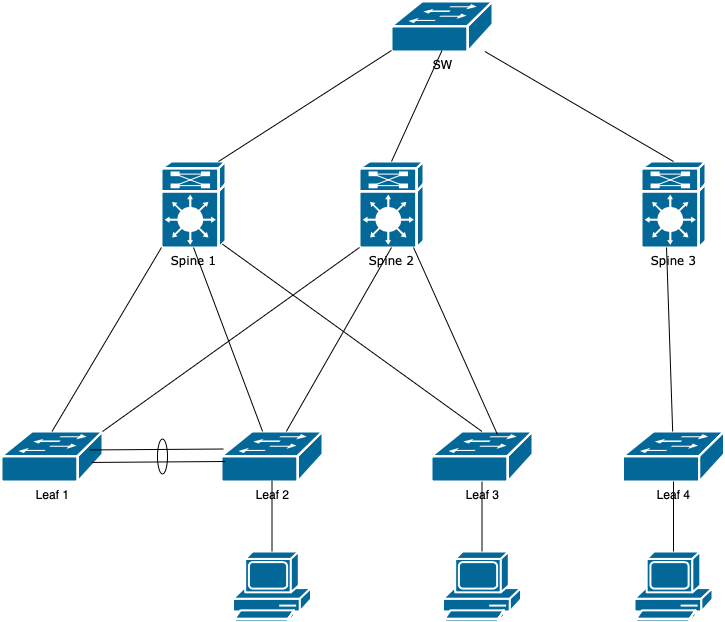
parashu-rama/parashu-rama keeps this draw.io diagram as HW1/hw1.drawio.png. Above is the earlier version. Source tidied: cells renumbered, new cells last; positions are measured from the earlier drawing's top-left corner, leaving out a move shared by most shapes.
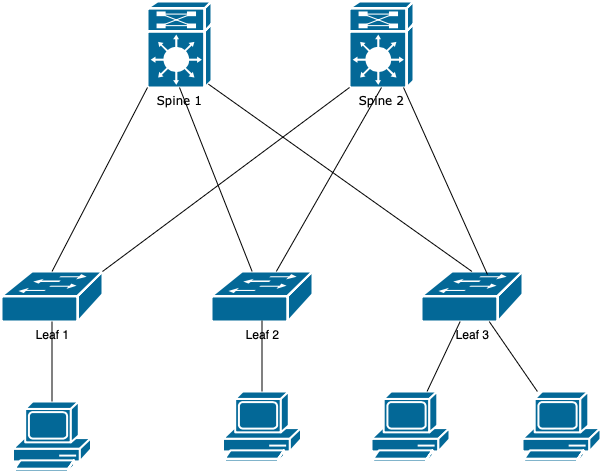
The same file after the commit.

The edit, as a diff of the source:
```diff
@@ -3,16 +3,13 @@
     <mxCell id="0" />
     <mxCell id="1" parent="0" />
     <mxCell id="2" value="Spine 1" style="shape=mxgraph.cisco.misc.route_switch_processor;html=1;dashed=0;fillColor=#036897;strokeColor=#ffffff;strokeWidth=2;verticalLabelPosition=bottom;verticalAlign=top;rounded=0;shadow=0;comic=0;fontFamily=Verdana;fontSize=12;" parent="1" vertex="1">
-      <mxGeometry x="160" y="160" width="64" height="86" as="geometry" />
+      <mxGeometry x="156" y="160" width="64" height="86" as="geometry" />
     </mxCell>
     <mxCell id="3" value="Spine 2" style="shape=mxgraph.cisco.misc.route_switch_processor;html=1;dashed=0;fillColor=#036897;strokeColor=#ffffff;strokeWidth=2;verticalLabelPosition=bottom;verticalAlign=top;rounded=0;shadow=0;comic=0;fontFamily=Verdana;fontSize=12;" parent="1" vertex="1">
       <mxGeometry x="358" y="160" width="64" height="86" as="geometry" />
     </mxCell>
-    <mxCell id="4" value="Spine 3" style="shape=mxgraph.cisco.misc.route_switch_processor;html=1;dashed=0;fillColor=#036897;strokeColor=#ffffff;strokeWidth=2;verticalLabelPosition=bottom;verticalAlign=top;rounded=0;shadow=0;comic=0;fontFamily=Verdana;fontSize=12;" parent="1" vertex="1">
-      <mxGeometry x="640" y="160" width="64" height="86" as="geometry" />
-    </mxCell>
     <mxCell id="5" value="Leaf 1" style="shape=mxgraph.cisco.switches.workgroup_switch;sketch=0;html=1;dashed=0;fillColor=#036897;strokeColor=#ffffff;strokeWidth=2;verticalLabelPosition=bottom;verticalAlign=top;align=center;outlineConnect=0;" parent="1" vertex="1">
-      <mxGeometry y="430" width="101" height="50" as="geometry" />
+      <mxGeometry x="10" y="430" width="101" height="50" as="geometry" />
     </mxCell>
     <mxCell id="6" value="Leaf 2" style="shape=mxgraph.cisco.switches.workgroup_switch;sketch=0;html=1;dashed=0;fillColor=#036897;strokeColor=#ffffff;strokeWidth=2;verticalLabelPosition=bottom;verticalAlign=top;align=center;outlineConnect=0;" parent="1" vertex="1">
       <mxGeometry x="220" y="430" width="101" height="50" as="geometry" />
@@ -20,9 +17,6 @@
     <mxCell id="7" value="Leaf 3" style="shape=mxgraph.cisco.switches.workgroup_switch;sketch=0;html=1;dashed=0;fillColor=#036897;strokeColor=#ffffff;strokeWidth=2;verticalLabelPosition=bottom;verticalAlign=top;align=center;outlineConnect=0;" parent="1" vertex="1">
       <mxGeometry x="430" y="430" width="101" height="50" as="geometry" />
     </mxCell>
-    <mxCell id="8" value="Leaf 4" style="shape=mxgraph.cisco.switches.workgroup_switch;sketch=0;html=1;dashed=0;fillColor=#036897;strokeColor=#ffffff;strokeWidth=2;verticalLabelPosition=bottom;verticalAlign=top;align=center;outlineConnect=0;" parent="1" vertex="1">
-      <mxGeometry x="621.5" y="430" width="101" height="50" as="geometry" />
-    </mxCell>
     <mxCell id="9" style="endArrow=none;html=1;rounded=0;entryX=0;entryY=1;entryDx=0;entryDy=0;entryPerimeter=0;exitX=0.5;exitY=0;exitDx=0;exitDy=0;exitPerimeter=0;" parent="1" edge="1" source="5" target="2">
       <mxGeometry relative="1" as="geometry" />
     </mxCell>
@@ -41,44 +35,11 @@
     <mxCell id="14" style="endArrow=none;html=1;rounded=0;entryX=0;entryY=1;entryDx=0;entryDy=0;entryPerimeter=0;exitX=1;exitY=0;exitDx=0;exitDy=0;exitPerimeter=0;" parent="1" edge="1" source="5" target="3">
       <mxGeometry relative="1" as="geometry" />
     </mxCell>
-    <mxCell id="15" style="endArrow=none;html=1;rounded=0;entryX=0.391;entryY=1;entryDx=0;entryDy=0;entryPerimeter=0;" parent="1" edge="1" source="8" target="4">
-      <mxGeometry relative="1" as="geometry" />
-    </mxCell>
-    <mxCell id="16" value="SW" style="shape=mxgraph.cisco.switches.workgroup_switch;sketch=0;html=1;dashed=0;fillColor=#036897;strokeColor=#ffffff;strokeWidth=2;verticalLabelPosition=bottom;verticalAlign=top;align=center;outlineConnect=0;" parent="1" vertex="1">
-      <mxGeometry x="390" width="101" height="50" as="geometry" />
-    </mxCell>
-    <mxCell id="17" style="endArrow=none;html=1;rounded=0;exitX=0.5;exitY=0;exitDx=0;exitDy=0;exitPerimeter=0;" parent="1" edge="1" source="4" target="16">
-      <mxGeometry relative="1" as="geometry" />
-    </mxCell>
-    <mxCell id="18" style="endArrow=none;html=1;rounded=0;exitX=0.5;exitY=0;exitDx=0;exitDy=0;exitPerimeter=0;entryX=0.5;entryY=0.98;entryDx=0;entryDy=0;entryPerimeter=0;" parent="1" edge="1" source="3" target="16">
-      <mxGeometry relative="1" as="geometry" />
-    </mxCell>
-    <mxCell id="19" style="endArrow=none;html=1;rounded=0;exitX=0.891;exitY=0;exitDx=0;exitDy=0;exitPerimeter=0;entryX=0;entryY=0.98;entryDx=0;entryDy=0;entryPerimeter=0;" parent="1" edge="1" source="2" target="16">
-      <mxGeometry relative="1" as="geometry" />
-    </mxCell>
-    <mxCell id="20" style="endArrow=none;html=1;rounded=0;exitX=-0.031;exitY=0.349;exitDx=0;exitDy=0;exitPerimeter=0;entryX=0.969;entryY=0.36;entryDx=0;entryDy=0;entryPerimeter=0;" parent="1" edge="1">
-      <mxGeometry relative="1" as="geometry">
-        <mxPoint x="222" y="447.5" as="sourcePoint" />
-        <mxPoint x="88" y="448.5" as="targetPoint" />
-      </mxGeometry>
-    </mxCell>
-    <mxCell id="21" style="endArrow=none;html=1;rounded=0;exitX=-0.031;exitY=0.349;exitDx=0;exitDy=0;exitPerimeter=0;entryX=0.969;entryY=0.36;entryDx=0;entryDy=0;entryPerimeter=0;" parent="1" edge="1">
-      <mxGeometry relative="1" as="geometry">
-        <mxPoint x="224" y="460" as="sourcePoint" />
-        <mxPoint x="90" y="461" as="targetPoint" />
-      </mxGeometry>
-    </mxCell>
-    <mxCell id="22" style="ellipse;whiteSpace=wrap;html=1;fillColor=none;" parent="1" vertex="1">
-      <mxGeometry x="156" y="437.5" width="10" height="35" as="geometry" />
-    </mxCell>
     <mxCell id="23" style="shape=mxgraph.cisco.computers_and_peripherals.pc;sketch=0;html=1;dashed=0;fillColor=#036897;strokeColor=#ffffff;strokeWidth=2;verticalLabelPosition=bottom;verticalAlign=top;align=center;outlineConnect=0;" parent="1" vertex="1">
       <mxGeometry x="231.5" y="550" width="78" height="70" as="geometry" />
     </mxCell>
-    <mxCell id="24" style="shape=mxgraph.cisco.computers_and_peripherals.pc;sketch=0;html=1;dashed=0;fillColor=#036897;strokeColor=#ffffff;strokeWidth=2;verticalLabelPosition=bottom;verticalAlign=top;align=center;outlineConnect=0;" parent="1" vertex="1">
-      <mxGeometry x="633" y="550" width="78" height="70" as="geometry" />
-    </mxCell>
     <mxCell id="25" style="shape=mxgraph.cisco.computers_and_peripherals.pc;sketch=0;html=1;dashed=0;fillColor=#036897;strokeColor=#ffffff;strokeWidth=2;verticalLabelPosition=bottom;verticalAlign=top;align=center;outlineConnect=0;" parent="1" vertex="1">
-      <mxGeometry x="441.5" y="550" width="78" height="70" as="geometry" />
+      <mxGeometry x="380" y="550" width="78" height="70" as="geometry" />
     </mxCell>
     <mxCell id="26" style="endArrow=none;html=1;rounded=0;entryX=0.5;entryY=0.98;entryDx=0;entryDy=0;entryPerimeter=0;" parent="1" edge="1" source="23" target="6">
       <mxGeometry relative="1" as="geometry" />
@@ -86,8 +47,17 @@
     <mxCell id="27" style="endArrow=none;html=1;rounded=0;" parent="1" edge="1" source="25" target="7">
       <mxGeometry relative="1" as="geometry" />
     </mxCell>
-    <mxCell id="28" style="endArrow=none;html=1;rounded=0;" parent="1" edge="1" source="24" target="8">
-      <mxGeometry relative="1" as="geometry" />
-    </mxCell>
+    <mxCell id="29" style="shape=mxgraph.cisco.computers_and_peripherals.pc;sketch=0;html=1;dashed=0;fillColor=#036897;strokeColor=#ffffff;strokeWidth=2;verticalLabelPosition=bottom;verticalAlign=top;align=center;outlineConnect=0;" parent="1" vertex="1">
+      <mxGeometry x="21.5" y="560" width="78" height="70" as="geometry" />
+    </mxCell>
+    <mxCell id="30" style="endArrow=none;html=1;rounded=0;" parent="1" edge="1" source="29" target="5">
+      <mxGeometry relative="1" as="geometry" />
+    </mxCell>
+    <mxCell id="31" style="shape=mxgraph.cisco.computers_and_peripherals.pc;sketch=0;html=1;dashed=0;fillColor=#036897;strokeColor=#ffffff;strokeWidth=2;verticalLabelPosition=bottom;verticalAlign=top;align=center;outlineConnect=0;" parent="1" vertex="1">
+      <mxGeometry x="531" y="550" width="78" height="70" as="geometry" />
+    </mxCell>
+    <mxCell id="32" style="endArrow=none;html=1;rounded=0;" parent="1" edge="1" source="31" target="7">
+      <mxGeometry relative="1" as="geometry" />
+    </mxCell>
   </root>
 </mxGraphModel>
```
